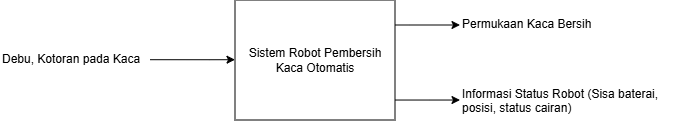
Above: OverallFunction.drawio.png in bryansasa/PPT-Cleaning-Glass-Robot (draw.io), before the change. Source tidied: cells renumbered, new cells last; positions are measured from the earlier drawing's top-left corner, leaving out a move shared by most shapes.
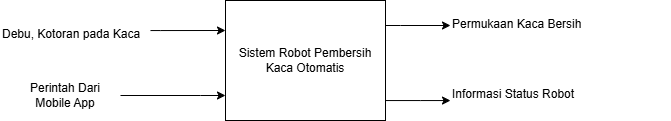
Above is the later version.

What changed in the source:
```diff
@@ -21,24 +21,33 @@
     <mxCell id="4" value="Sistem Robot Pembersih Kaca Otomatis" style="rounded=0;whiteSpace=wrap;html=1;" parent="1" vertex="1">
       <mxGeometry x="235" width="160" height="120" as="geometry" />
     </mxCell>
-    <mxCell id="5" style="edgeStyle=orthogonalEdgeStyle;rounded=0;orthogonalLoop=1;jettySize=auto;html=1;" parent="1" edge="1">
-      <mxGeometry relative="1" as="geometry">
-        <mxPoint x="150" y="59.7" as="sourcePoint" />
-        <mxPoint x="235" y="59.7" as="targetPoint" />
-        <Array as="points">
-          <mxPoint x="210" y="59.7" />
-          <mxPoint x="210" y="59.7" />
-        </Array>
-      </mxGeometry>
-    </mxCell>
+    <mxCell id="9" style="edgeStyle=orthogonalEdgeStyle;rounded=0;jettySize=auto;html=1;entryX=0;entryY=0.25;entryDx=0;entryDy=0;" parent="1" edge="1" source="6" target="4">
+      <mxGeometry relative="1" as="geometry">
+        <Array as="points">
+          <mxPoint x="170" y="30" />
+          <mxPoint x="170" y="30" />
+        </Array>
+      </mxGeometry>
+    </mxCell>
     <mxCell id="6" value="Debu, Kotoran pada Kaca" style="text;whiteSpace=wrap;html=1;" parent="1" vertex="1">
-      <mxGeometry y="45" width="150" height="30" as="geometry" />
+      <mxGeometry x="10" y="20" width="150" height="30" as="geometry" />
     </mxCell>
     <mxCell id="7" value="Permukaan Kaca Bersih" style="text;whiteSpace=wrap;html=1;" parent="1" vertex="1">
       <mxGeometry x="460" y="10" width="140" height="30" as="geometry" />
     </mxCell>
-    <mxCell id="8" value="Informasi Status Robot (Sisa baterai, posisi, status cairan)" style="text;whiteSpace=wrap;html=1;" parent="1" vertex="1">
+    <mxCell id="8" value="Informasi Status Robot&lt;span style=&quot;color: rgba(0, 0, 0, 0); font-family: monospace; font-size: 0px; text-wrap-mode: nowrap;&quot;&gt;%3CmxGraphModel%3E%3Croot%3E%3CmxCell%20id%3D%220%22%2F%3E%3CmxCell%20id%3D%221%22%20parent%3D%220%22%2F%3E%3CmxCell%20id%3D%222%22%20parent%3D%221%22%20style%3D%22text%3BwhiteSpace%3Dwrap%3Bhtml%3D1%3B%22%20value%3D%22Perintah%20dari%20Mobile%20App%22%20vertex%3D%221%22%3E%3CmxGeometry%20height%3D%2240%22%20width%3D%22150%22%20x%3D%2230%22%20y%3D%22570%22%20as%3D%22geometry%22%2F%3E%3C%2FmxCell%3E%3C%2Froot%3E%3C%2FmxGraphModel%3E&lt;/span&gt;" style="text;whiteSpace=wrap;html=1;" parent="1" vertex="1">
       <mxGeometry x="460" y="80" width="220" height="30" as="geometry" />
     </mxCell>
+    <mxCell id="10" style="edgeStyle=orthogonalEdgeStyle;rounded=0;jettySize=auto;html=1;" parent="1" edge="1" source="11" target="4">
+      <mxGeometry relative="1" as="geometry">
+        <Array as="points">
+          <mxPoint x="210" y="95" />
+          <mxPoint x="210" y="95" />
+        </Array>
+      </mxGeometry>
+    </mxCell>
+    <mxCell id="11" value="Perintah Dari Mobile App" style="text;html=1;whiteSpace=wrap;strokeColor=none;fillColor=none;align=center;verticalAlign=middle;rounded=0;" parent="1" vertex="1">
+      <mxGeometry x="20" y="80" width="110" height="30" as="geometry" />
+    </mxCell>
   </root>
 </mxGraphModel>
```
